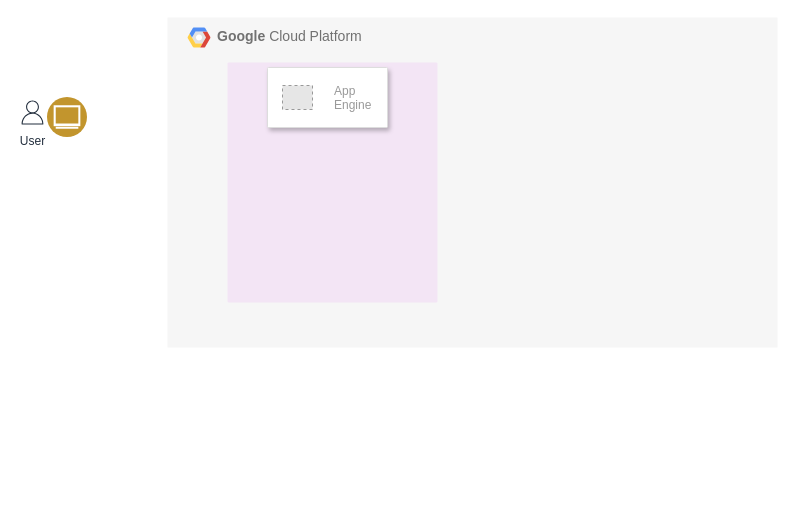
Above: Azure/Untitled Diagram.drawio in yiben-zhengjing/CloudStudy (draw.io), before the change. Source tidied: cells renumbered, new cells numbered last; positions are measured from the earlier drawing's top-left corner, leaving out a move shared by most shapes. Both pictures are drawn from the tidied source at 100%, with x=0, y=0 at pixel (17, 17). Pictures stored in the file or linked from it are replaced by grey dashed boxes.
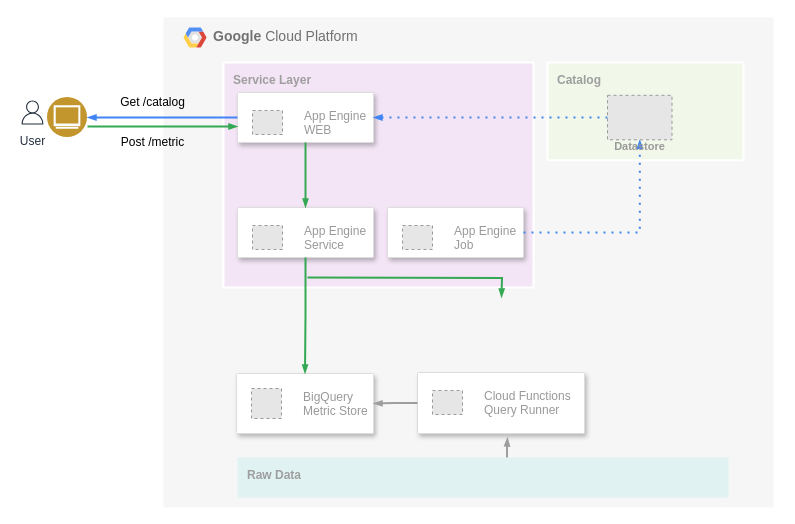
The same page after the edit.

Unchanged cells that the change refers to:
```xml
<mxCell id="3" style="perimeter=ellipsePerimeter;html=1;align=center;shadow=0;dashed=0;fontColor=#4277BB;labelBackgroundColor=#ffffff;fontSize=12;spacingTop=3;image;image=img/lib/ibm/users/browser.svg;imageBackground=default;" parent="1" vertex="1">
  <mxGeometry x="30" y="80" width="40" height="40" as="geometry" />
</mxCell>
```

What changed in the source:
```diff
@@
+    <mxCell id="4" value="&lt;b&gt;Google &lt;/b&gt;Cloud Platform" style="fillColor=#F6F6F6;strokeColor=none;shadow=0;gradientColor=none;fontSize=14;align=left;spacing=10;fontColor=#717171;9E9E9E;verticalAlign=top;spacingTop=-4;fontStyle=0;spacingLeft=40;html=1;" parent="1" vertex="1">
+      <mxGeometry x="146" width="610" height="490" as="geometry" />
+    </mxCell>
@@
-    <mxCell id="4" value="&lt;b&gt;Google &lt;/b&gt;Cloud Platform" style="fillColor=#F6F6F6;strokeColor=none;shadow=0;gradientColor=none;fontSize=14;align=left;spacing=10;fontColor=#717171;9E9E9E;verticalAlign=top;spacingTop=-4;fontStyle=0;spacingLeft=40;html=1;" parent="1" vertex="1">
-      <mxGeometry x="150" width="610" height="330" as="geometry" />
-    </mxCell>
+    <mxCell id="9" value="Get /catalog" style="text;html=1;align=center;verticalAlign=middle;fillColor=none;strokeColor=none;rounded=0;labelBackgroundColor=none;fontColor=none;" parent="1" vertex="1">
+      <mxGeometry x="90" y="70" width="90" height="30" as="geometry" />
+    </mxCell>
+    <mxCell id="10" value="&lt;b&gt;Catalog&lt;/b&gt;" style="sketch=0;rounded=1;absoluteArcSize=1;arcSize=2;html=1;strokeColor=#FFFFFF;gradientColor=none;shadow=0;dashed=0;fontSize=12;fontColor=#9E9E9E;align=left;verticalAlign=top;spacing=10;spacingTop=-4;fillColor=#F1F8E9;labelBackgroundColor=none;strokeWidth=2;" parent="1" vertex="1">
+      <mxGeometry x="530" y="45" width="196" height="97.8" as="geometry" />
+    </mxCell>
-    <mxCell id="5" style="shape=mxgraph.gcp2.google_cloud_platform;fillColor=#F6F6F6;strokeColor=none;shadow=0;gradientColor=none;" parent="4" vertex="1">
-      <mxGeometry width="23" height="20" relative="1" as="geometry">
+    <mxCell id="5" style="shape=mxgraph.gcp2.google_cloud_platform;fillColor=#F6F6F6;strokeColor=none;shadow=0;gradientColor=none;" parent="1" vertex="1">
+      <mxGeometry x="166" y="10" width="23" height="20" as="geometry">
         <mxPoint x="20" y="10" as="offset" />
       </mxGeometry>
     </mxCell>
-    <mxCell id="6" style="sketch=0;rounded=1;absoluteArcSize=1;arcSize=2;html=1;strokeColor=none;gradientColor=none;shadow=0;dashed=0;fontSize=12;fontColor=#9E9E9E;align=left;verticalAlign=top;spacing=10;spacingTop=-4;fillColor=#F3E5F5;" parent="4" vertex="1">
-      <mxGeometry x="60" y="45" width="210" height="240" as="geometry" />
+    <mxCell id="6" value="&lt;b&gt;Service Layer&lt;/b&gt;" style="sketch=0;rounded=1;absoluteArcSize=1;arcSize=2;html=1;strokeColor=#FFFFFF;gradientColor=none;shadow=0;dashed=0;fontSize=12;fontColor=#9E9E9E;align=left;verticalAlign=top;spacing=10;spacingTop=-4;fillColor=#F3E5F5;strokeWidth=2;" parent="1" vertex="1">
+      <mxGeometry x="206" y="45" width="310" height="225" as="geometry" />
     </mxCell>
-    <mxCell id="7" style="strokeColor=#dddddd;shadow=1;strokeWidth=1;rounded=1;absoluteArcSize=1;arcSize=2;" parent="4" vertex="1">
-      <mxGeometry x="100" y="50" width="120" height="60" as="geometry" />
-    </mxCell>
-    <mxCell id="8" value="App&#10;Engine" style="fillColor=#E6E6E6;strokeColor=#999999;dashed=1;fontColor=#999999;verticalLabelPosition=middle;labelBackgroundColor=#ffffff;verticalAlign=middle;labelPosition=right;align=left;spacingLeft=20;" parent="7" vertex="1">
-      <mxGeometry width="30" height="24" relative="1" as="geometry">
-        <mxPoint x="15" y="18" as="offset" />
-      </mxGeometry>
-    </mxCell>
+    <mxCell id="11" style="strokeColor=#dddddd;shadow=1;strokeWidth=1;rounded=1;absoluteArcSize=1;arcSize=2;labelBackgroundColor=none;fontColor=none;" parent="1" vertex="1">
+      <mxGeometry x="220" y="75" width="136" height="50" as="geometry" />
+    </mxCell>
+    <mxCell id="12" value="App Engine&#10;WEB" style="fillColor=#E6E6E6;strokeColor=#999999;dashed=1;fontColor=#999999;verticalLabelPosition=middle;labelBackgroundColor=#ffffff;verticalAlign=middle;labelPosition=right;align=left;spacingLeft=20;" parent="11" vertex="1">
+      <mxGeometry width="30" height="24" relative="1" as="geometry">
+        <mxPoint x="15" y="18" as="offset" />
+      </mxGeometry>
+    </mxCell>
+    <mxCell id="13" style="strokeColor=#dddddd;shadow=1;strokeWidth=1;rounded=1;absoluteArcSize=1;arcSize=2;labelBackgroundColor=none;fontColor=none;" parent="1" vertex="1">
+      <mxGeometry x="370" y="190" width="136" height="50" as="geometry" />
+    </mxCell>
+    <mxCell id="14" value="App Engine&#10;Job" style="fillColor=#E6E6E6;strokeColor=#999999;dashed=1;fontColor=#999999;verticalLabelPosition=middle;labelBackgroundColor=#ffffff;verticalAlign=middle;labelPosition=right;align=left;spacingLeft=20;" parent="13" vertex="1">
+      <mxGeometry width="30" height="24" relative="1" as="geometry">
+        <mxPoint x="15" y="18" as="offset" />
+      </mxGeometry>
+    </mxCell>
+    <mxCell id="15" style="edgeStyle=orthogonalEdgeStyle;fontSize=12;html=1;endArrow=blockThin;endFill=1;rounded=0;strokeWidth=2;endSize=4;startSize=4;dashed=1;dashPattern=1 3;strokeColor=#4284F3;fontColor=none;exitX=0;exitY=0.5;exitDx=0;exitDy=0;entryX=1;entryY=0.5;entryDx=0;entryDy=0;" parent="1" edge="1" source="17" target="11">
+      <mxGeometry relative="1" as="geometry" />
+    </mxCell>
+    <mxCell id="16" style="edgeStyle=orthogonalEdgeStyle;fontSize=12;html=1;endArrow=blockThin;endFill=1;rounded=0;strokeWidth=2;endSize=4;startSize=4;dashed=1;dashPattern=1 3;strokeColor=#4284F3;fontColor=none;exitX=1;exitY=0.5;exitDx=0;exitDy=0;" parent="1" edge="1" source="13" target="17">
+      <mxGeometry relative="1" as="geometry" />
+    </mxCell>
+    <mxCell id="17" value="Datastore" style="fillColor=#E6E6E6;strokeColor=#999999;dashed=1;html=1;verticalAlign=top;labelPosition=center;verticalLabelPosition=bottom;align=center;spacingTop=-6;fontSize=11;fontStyle=1;fontColor=#999999;labelBackgroundColor=none;" parent="1" vertex="1">
+      <mxGeometry x="590" y="77.8" width="64.5" height="44.5" as="geometry" />
+    </mxCell>
+    <mxCell id="18" style="strokeColor=#dddddd;shadow=1;strokeWidth=1;rounded=1;absoluteArcSize=1;arcSize=2;labelBackgroundColor=none;fontColor=none;" parent="1" vertex="1">
+      <mxGeometry x="220" y="190" width="136" height="50" as="geometry" />
+    </mxCell>
+    <mxCell id="19" value="App Engine&#10;Service" style="fillColor=#E6E6E6;strokeColor=#999999;dashed=1;fontColor=#999999;verticalLabelPosition=middle;labelBackgroundColor=#ffffff;verticalAlign=middle;labelPosition=right;align=left;spacingLeft=20;" parent="18" vertex="1">
+      <mxGeometry width="30" height="24" relative="1" as="geometry">
+        <mxPoint x="15" y="18" as="offset" />
+      </mxGeometry>
+    </mxCell>
+    <mxCell id="20" style="strokeColor=#dddddd;shadow=1;strokeWidth=1;rounded=1;absoluteArcSize=1;arcSize=2;labelBackgroundColor=none;fontColor=none;" parent="1" vertex="1">
+      <mxGeometry x="400" y="355" width="167" height="61" as="geometry" />
+    </mxCell>
+    <mxCell id="21" value="Cloud Functions&#10;Query Runner" style="fillColor=#E6E6E6;strokeColor=#999999;dashed=1;fontColor=#999999;verticalLabelPosition=middle;labelBackgroundColor=#ffffff;verticalAlign=middle;labelPosition=right;align=left;spacingLeft=20;" parent="20" vertex="1">
+      <mxGeometry width="30" height="24" relative="1" as="geometry">
+        <mxPoint x="15" y="18" as="offset" />
+      </mxGeometry>
+    </mxCell>
+    <mxCell id="22" style="strokeColor=#dddddd;shadow=1;strokeWidth=1;rounded=1;absoluteArcSize=1;arcSize=2;labelBackgroundColor=none;fontColor=none;" parent="1" vertex="1">
+      <mxGeometry x="219" y="356" width="137" height="60" as="geometry" />
+    </mxCell>
+    <mxCell id="23" value="BigQuery&#10;Metric Store" style="fillColor=#E6E6E6;strokeColor=#999999;dashed=1;fontColor=#999999;verticalLabelPosition=middle;labelBackgroundColor=#ffffff;verticalAlign=middle;labelPosition=right;align=left;spacingLeft=20;" parent="22" vertex="1">
+      <mxGeometry width="30" height="30" relative="1" as="geometry">
+        <mxPoint x="15" y="15" as="offset" />
+      </mxGeometry>
+    </mxCell>
+    <mxCell id="24" value="Post /metric" style="text;html=1;align=center;verticalAlign=middle;fillColor=none;strokeColor=none;rounded=0;labelBackgroundColor=none;fontColor=none;" parent="1" vertex="1">
+      <mxGeometry x="90" y="110" width="90" height="30" as="geometry" />
+    </mxCell>
+    <mxCell id="25" style="edgeStyle=orthogonalEdgeStyle;fontSize=12;html=1;endArrow=blockThin;endFill=1;rounded=0;strokeWidth=2;endSize=4;startSize=4;strokeColor=#34A853;dashed=0;fontColor=none;" parent="1" edge="1">
+      <mxGeometry relative="1" as="geometry">
+        <mxPoint x="70" y="109" as="sourcePoint" />
+        <mxPoint x="220" y="109" as="targetPoint" />
+      </mxGeometry>
+    </mxCell>
+    <mxCell id="26" style="edgeStyle=orthogonalEdgeStyle;fontSize=12;html=1;endArrow=blockThin;endFill=1;rounded=0;strokeWidth=2;endSize=4;startSize=4;dashed=0;strokeColor=#4284F3;fontColor=none;exitX=0;exitY=0.5;exitDx=0;exitDy=0;entryX=1;entryY=0.5;entryDx=0;entryDy=0;" parent="1" edge="1" source="11" target="3">
+      <mxGeometry relative="1" as="geometry" />
+    </mxCell>
+    <mxCell id="27" style="edgeStyle=orthogonalEdgeStyle;fontSize=12;html=1;endArrow=blockThin;endFill=1;rounded=0;strokeWidth=2;endSize=4;startSize=4;strokeColor=#34A853;dashed=0;fontColor=none;exitX=0.5;exitY=1;exitDx=0;exitDy=0;entryX=0.5;entryY=0;entryDx=0;entryDy=0;" parent="1" edge="1" source="18" target="22">
+      <mxGeometry relative="1" as="geometry" />
+    </mxCell>
+    <mxCell id="28" style="edgeStyle=orthogonalEdgeStyle;fontSize=12;html=1;endArrow=blockThin;endFill=1;rounded=0;strokeWidth=2;endSize=4;startSize=4;strokeColor=#34A853;dashed=0;fontColor=none;exitX=0.5;exitY=1;exitDx=0;exitDy=0;entryX=0.5;entryY=0;entryDx=0;entryDy=0;" parent="1" edge="1" source="11" target="18">
+      <mxGeometry relative="1" as="geometry" />
+    </mxCell>
+    <mxCell id="29" value="&lt;b&gt;Raw Data&lt;/b&gt;" style="sketch=0;rounded=1;absoluteArcSize=1;arcSize=2;html=1;strokeColor=none;gradientColor=none;shadow=0;dashed=0;fontSize=12;fontColor=#9E9E9E;align=left;verticalAlign=top;spacing=10;spacingTop=-4;fillColor=#E0F2F1;labelBackgroundColor=none;strokeWidth=2;" parent="1" vertex="1">
+      <mxGeometry x="220" y="440" width="491" height="40" as="geometry" />
+    </mxCell>
+    <mxCell id="30" style="edgeStyle=orthogonalEdgeStyle;fontSize=12;html=1;endArrow=blockThin;endFill=1;rounded=0;strokeWidth=2;endSize=4;startSize=4;dashed=0;strokeColor=#9E9E9E;fontColor=none;" parent="1" edge="1">
+      <mxGeometry relative="1" as="geometry">
+        <mxPoint x="489.5" y="440" as="sourcePoint" />
+        <mxPoint x="490" y="420" as="targetPoint" />
+        <Array as="points">
+          <mxPoint x="490" y="430" />
+          <mxPoint x="490" y="430" />
+        </Array>
+      </mxGeometry>
+    </mxCell>
+    <mxCell id="31" style="edgeStyle=orthogonalEdgeStyle;fontSize=12;html=1;endArrow=blockThin;endFill=1;rounded=0;strokeWidth=2;endSize=4;startSize=4;dashed=0;strokeColor=#9E9E9E;fontColor=none;exitX=0;exitY=0.5;exitDx=0;exitDy=0;entryX=1;entryY=0.5;entryDx=0;entryDy=0;" parent="1" edge="1" source="20" target="22">
+      <mxGeometry relative="1" as="geometry" />
+    </mxCell>
+    <mxCell id="32" style="edgeStyle=orthogonalEdgeStyle;fontSize=12;html=1;endArrow=blockThin;endFill=1;rounded=0;strokeWidth=2;endSize=4;startSize=4;strokeColor=#34A853;dashed=0;fontColor=none;" parent="1" edge="1">
+      <mxGeometry relative="1" as="geometry">
+        <mxPoint x="290" y="260" as="sourcePoint" />
+        <mxPoint x="484" y="280" as="targetPoint" />
+      </mxGeometry>
+    </mxCell>
```
